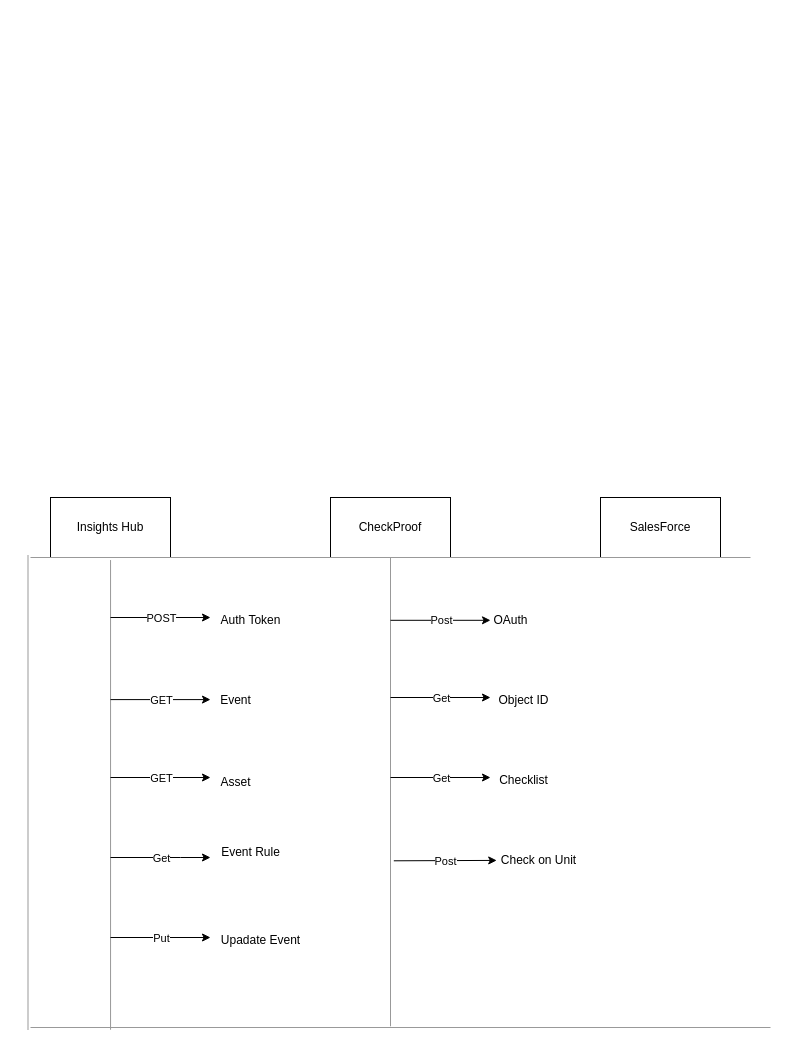
karthick-ridgeback/test keeps this draw.io diagram as LLD.drawio. Above is the earlier version. Source tidied: cells renumbered, new cells numbered last; positions are measured from the earlier drawing's top-left corner, leaving out a move shared by most shapes. Both pictures are drawn from the tidied source at 100%, with x=0, y=0 at pixel (-210, 497). Pictures stored in the file or linked from it are replaced by grey dashed boxes.
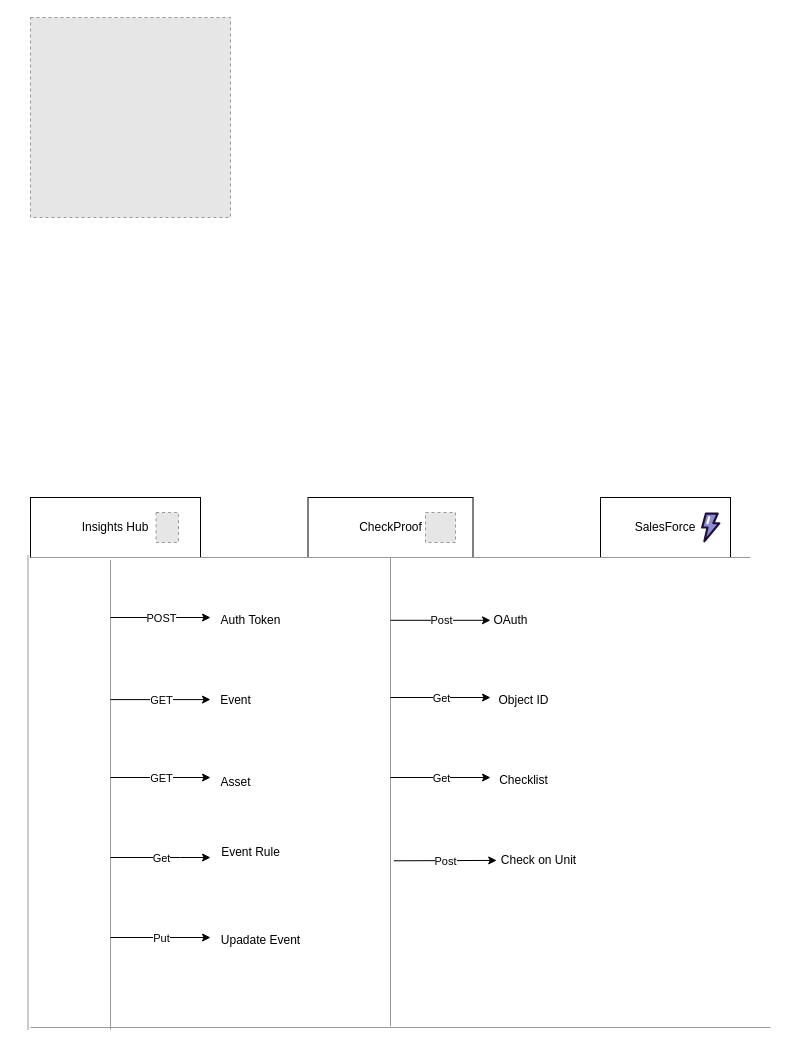
The same page after the edit.

Change to the diagram source:
```diff
@@
     <mxCell id="2" value="Insights Hub" style="rounded=0;whiteSpace=wrap;html=1;" parent="1" vertex="1">
-      <mxGeometry x="260" width="120" height="60" as="geometry" />
+      <mxGeometry x="240" width="170" height="60" as="geometry" />
     </mxCell>
     <mxCell id="3" value="CheckProof" style="rounded=0;whiteSpace=wrap;html=1;" parent="1" vertex="1">
-      <mxGeometry x="540" width="120" height="60" as="geometry" />
+      <mxGeometry x="517.5" width="165" height="60" as="geometry" />
     </mxCell>
     <mxCell id="4" value="SalesForce" style="rounded=0;whiteSpace=wrap;html=1;" parent="1" vertex="1">
-      <mxGeometry x="810" width="120" height="60" as="geometry" />
+      <mxGeometry x="810" width="130" height="60" as="geometry" />
     </mxCell>
@@
+    <mxCell id="38" style="verticalLabelPosition=bottom;html=1;shape=mxgraph.salesforce.platform;" parent="1" vertex="1">
+      <mxGeometry x="910.5" y="15" width="19.5" height="30" as="geometry" />
+    </mxCell>
+    <mxCell id="39" style="fillColor=#E6E6E6;strokeColor=#999999;dashed=1;verticalLabelPosition=bottom;labelBackgroundColor=default;verticalAlign=top;" parent="1" vertex="1">
+      <mxGeometry x="240" y="-480" width="200" height="200" as="geometry" />
+    </mxCell>
+    <mxCell id="40" style="fillColor=#E6E6E6;strokeColor=#999999;dashed=1;verticalLabelPosition=bottom;verticalAlign=top;" parent="1" vertex="1">
+      <mxGeometry x="635" y="15" width="30" height="30" as="geometry" />
+    </mxCell>
+    <mxCell id="41" style="fillColor=#E6E6E6;strokeColor=#999999;dashed=1;verticalLabelPosition=bottom;verticalAlign=top;" parent="1" vertex="1">
+      <mxGeometry x="365.6" y="15" width="22.4" height="30" as="geometry" />
+    </mxCell>
```
